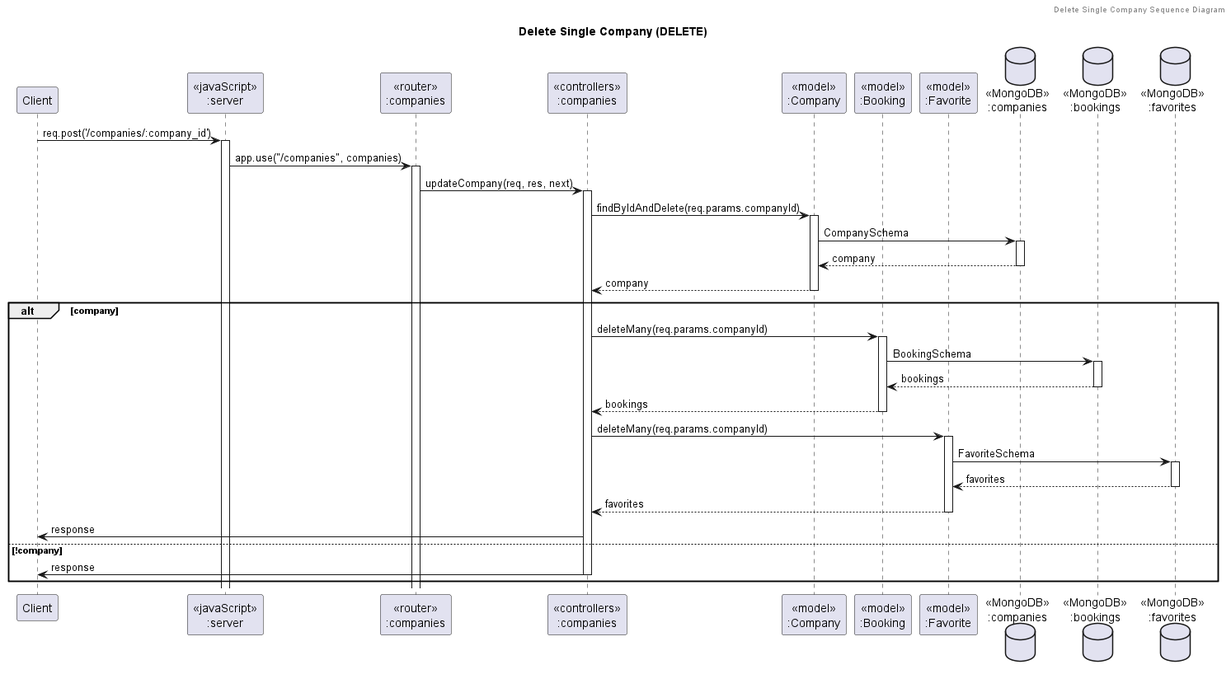
Before: out/diagrams/sequence_diagram/company/delete_single_company/Delete Single Company (DELETE).png, a diagram exported from PlantUML (its144prelationship-study/swdevprac-project).
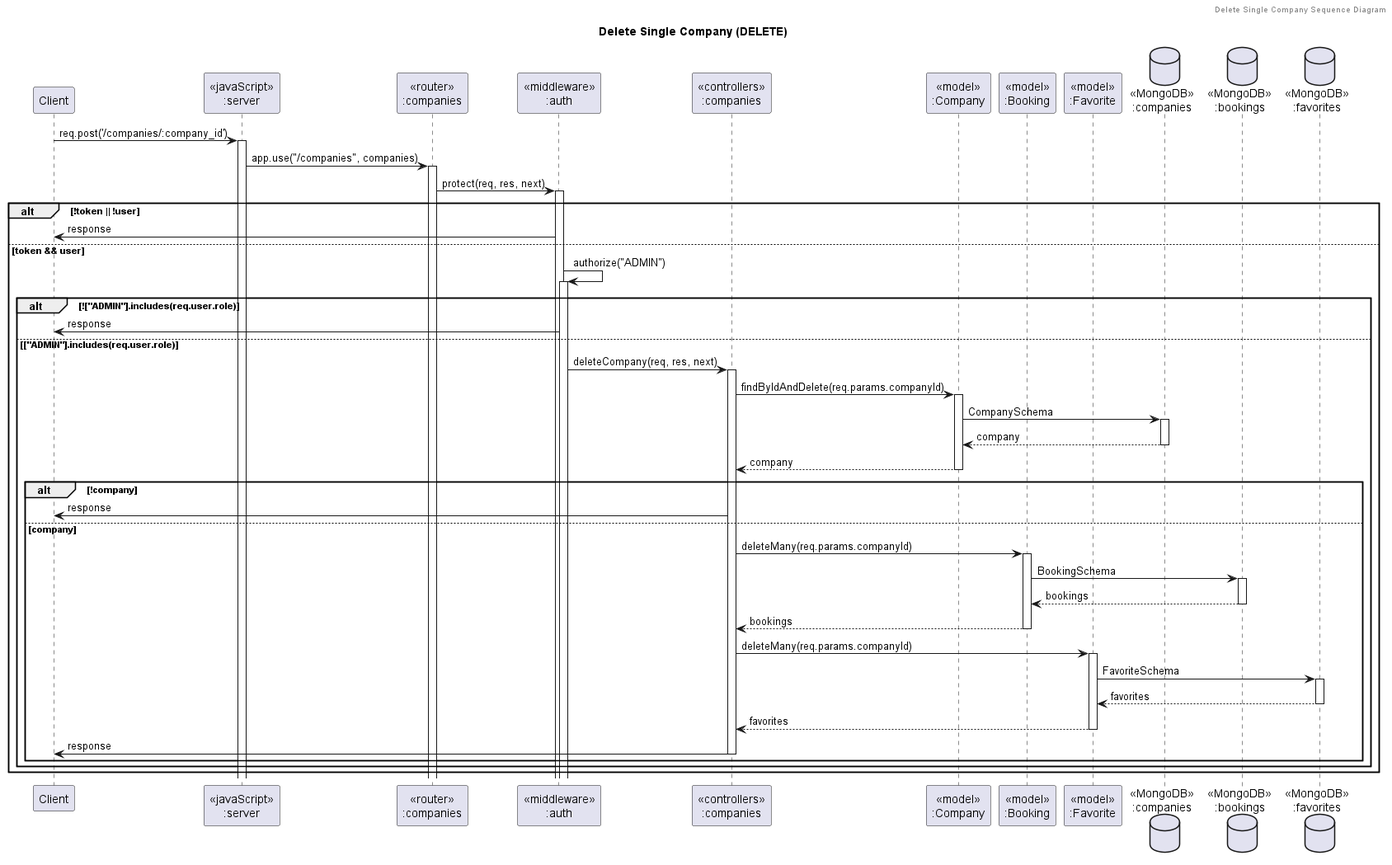
After the change.

Change to the diagram source:
```diff
@@ -6,6 +6,7 @@
 participant "Client" as client
 participant "<<javaScript>>\n:server" as server
 participant "<<router>>\n:companies" as routerCompanies
+participant "<<middleware>>\n:auth" as authMiddleware
 participant "<<controllers>>\n:companies" as controllersCompanies
 participant "<<model>>\n:Company" as modelCompanies
 participant "<<model>>\n:Booking" as modelBookings
@@ -16,22 +17,33 @@
 
 client -> server ++:req.post('/companies/:company_id')
 server -> routerCompanies ++:app.use("/companies", companies)
-routerCompanies -> controllersCompanies ++:updateCompany(req, res, next)
-controllersCompanies -> modelCompanies ++:findByIdAndDelete(req.params.companyId)
-modelCompanies -> CompaniesDatabase ++: CompanySchema
-CompaniesDatabase --> modelCompanies --: company
-controllersCompanies <-- modelCompanies --: company
-alt company
-    controllersCompanies -> modelBookings ++:deleteMany(req.params.companyId)
-    modelBookings -> BookingsDatabase ++: BookingSchema
-    BookingsDatabase --> modelBookings --: bookings
-    controllersCompanies <-- modelBookings --: bookings
-    controllersCompanies -> modelFavorites ++:deleteMany(req.params.companyId)
-    modelFavorites -> FavoritesDatabase ++: FavoriteSchema
-    FavoritesDatabase --> modelFavorites --: favorites
-    controllersCompanies <-- modelFavorites --: favorites
-    controllersCompanies -> client : response
-else !company
-    controllersCompanies -> client --: response
+routerCompanies -> authMiddleware ++:protect(req, res, next)
+alt !token || !user
+    authMiddleware -> client :response
+else token && user
+    authMiddleware -> authMiddleware ++:authorize("ADMIN")
+    alt !["ADMIN"].includes(req.user.role)
+        authMiddleware -> client :response
+    else ["ADMIN"].includes(req.user.role)
+        authMiddleware -> controllersCompanies ++:deleteCompany(req, res, next)
+        controllersCompanies -> modelCompanies ++:findByIdAndDelete(req.params.companyId)
+        modelCompanies -> CompaniesDatabase ++: CompanySchema
+        CompaniesDatabase --> modelCompanies --: company
+        controllersCompanies <-- modelCompanies --: company
+        alt !company
+            controllersCompanies -> client : response
+        else company
+            controllersCompanies -> modelBookings ++:deleteMany(req.params.companyId)
+            modelBookings -> BookingsDatabase ++: BookingSchema
+            BookingsDatabase --> modelBookings --: bookings
+            controllersCompanies <-- modelBookings --: bookings
+            controllersCompanies -> modelFavorites ++:deleteMany(req.params.companyId)
+            modelFavorites -> FavoritesDatabase ++: FavoriteSchema
+            FavoritesDatabase --> modelFavorites --: favorites
+            controllersCompanies <-- modelFavorites --: favorites
+            controllersCompanies -> client --: response
+        end
+    end
 end
+
 @enduml
```
